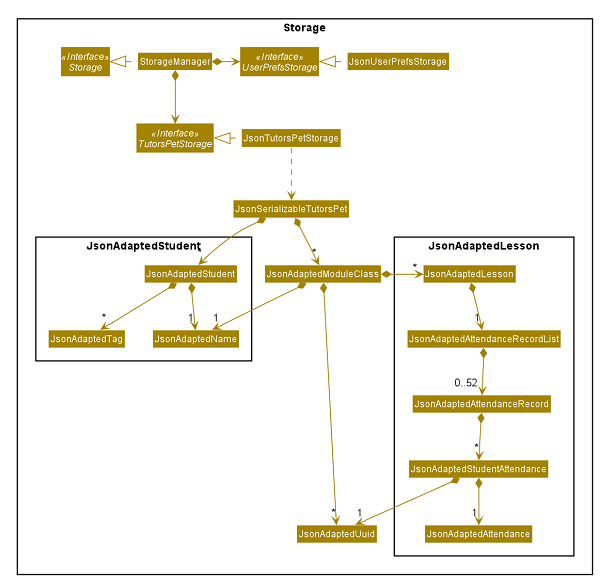
This is docs/images/StorageClassDiagram.png from ypinhsuan/tp, a PlantUML export, as it was before one commit. Its source is kept beside it as docs/diagrams/StorageClassDiagram.puml.
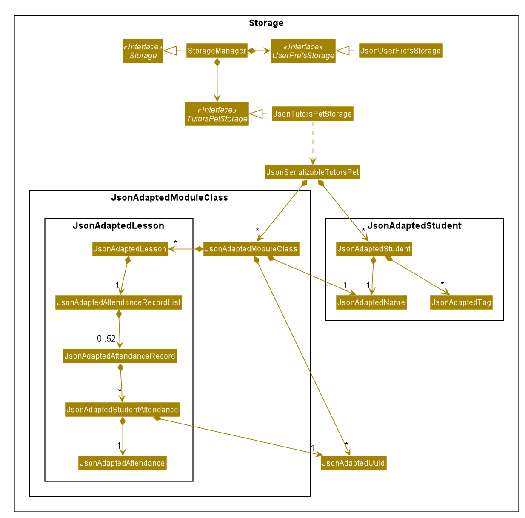
After the change.

Commit message:
Refine storage class diagram

The edit, as a diff of the source:
```diff
@@ -20,6 +20,7 @@
 Class JsonAdaptedName
 }
 
+Package JsonAdaptedModuleClass <<Rectangle>> {
 Class JsonAdaptedModuleClass
 
 Package JsonAdaptedLesson <<Rectangle>> {
@@ -29,6 +30,9 @@
 Class JsonAdaptedStudentAttendance
 Class JsonAdaptedAttendance
 }
+
+}
+
 
 Class JsonAdaptedUuid
 
```
